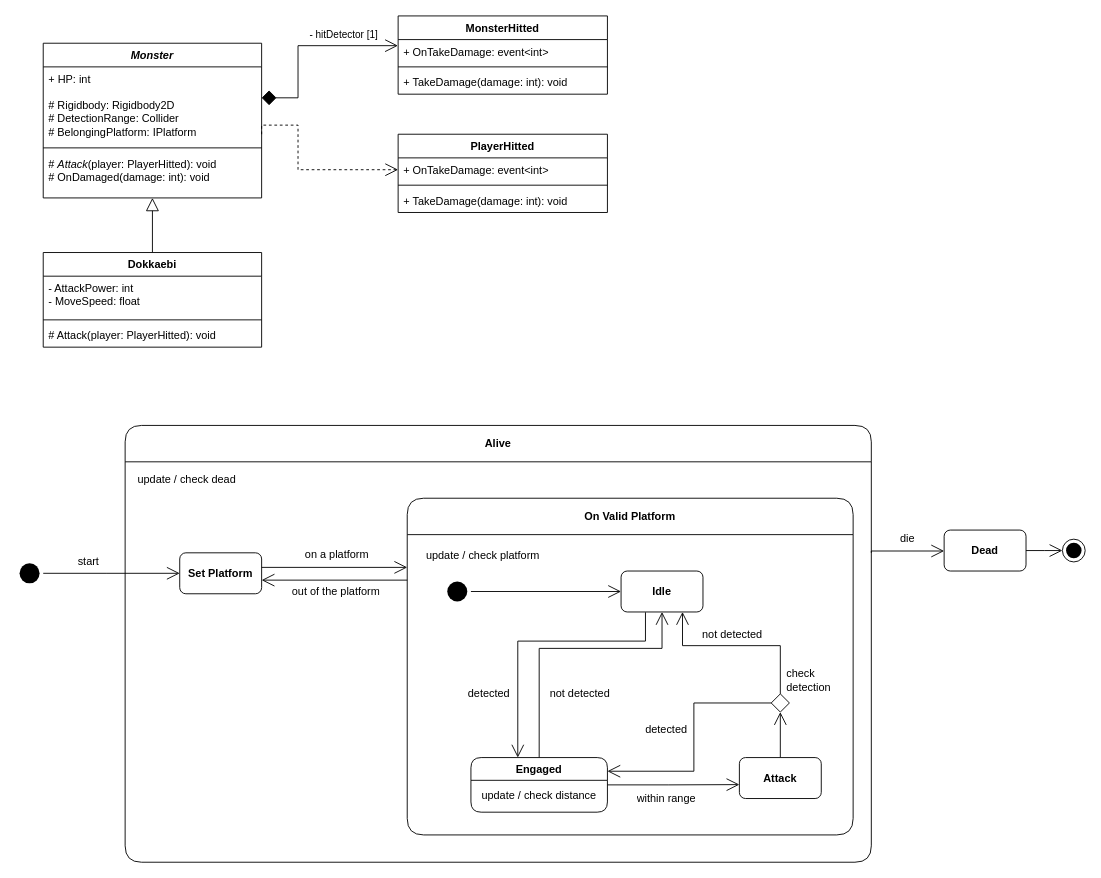
This is Assets/Scripts/Monster/Dokkaebi AI.drawio from clssl15-Org/ProjectH, a draw.io file, before an edit. Source tidied: cells renumbered, new cells numbered last; positions are measured from the earlier drawing's top-left corner, leaving out a move shared by most shapes. Both pictures are drawn from the tidied source at 91%, with x=0, y=0 at pixel (15, 15).
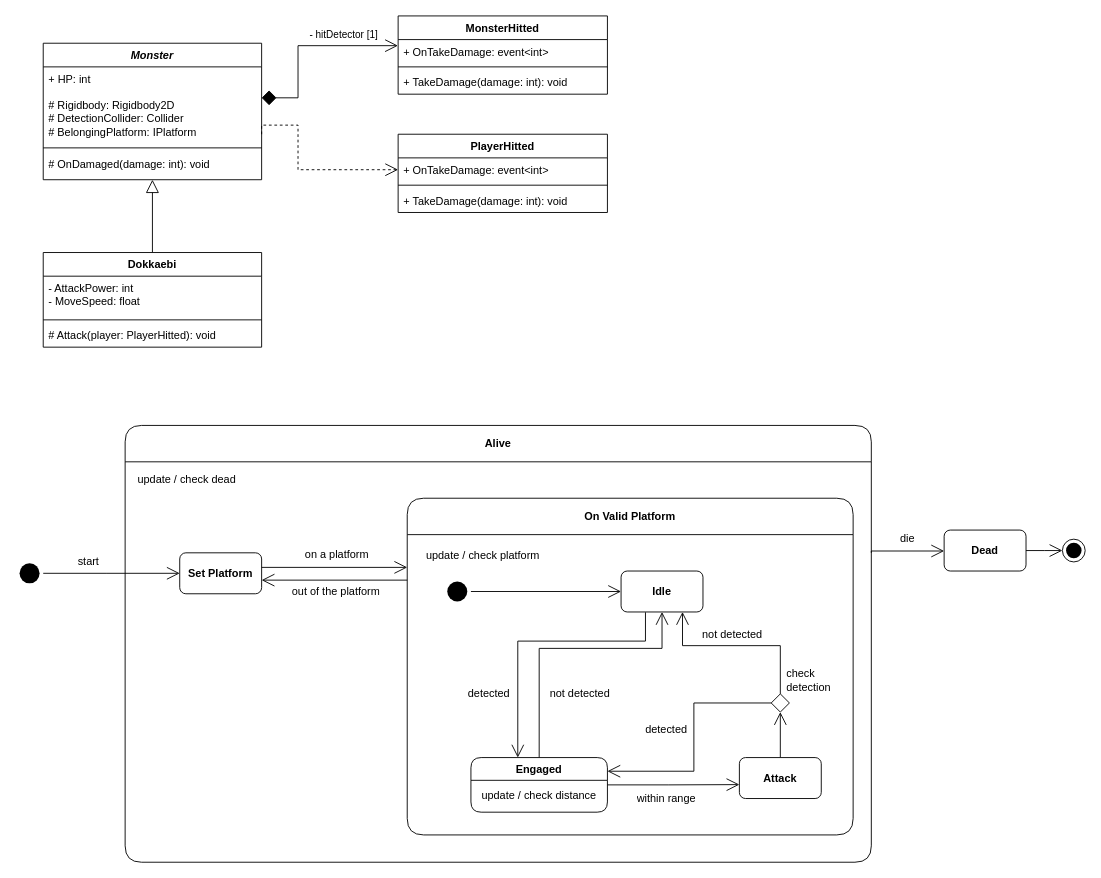
The same page after the edit.

Change to the diagram source:
```diff
@@
     <mxCell id="2" value="&lt;i&gt;Monster&lt;/i&gt;" style="swimlane;fontStyle=1;align=center;verticalAlign=top;horizontal=1;startSize=26;whiteSpace=wrap;html=1;" parent="1" vertex="1">
-      <mxGeometry x="30" y="30" width="240" height="170" as="geometry" />
+      <mxGeometry x="30" y="30" width="240" height="150" as="geometry" />
     </mxCell>
-    <mxCell id="3" value="&lt;div&gt;+ HP: int&lt;/div&gt;&lt;div&gt;&lt;br&gt;&lt;/div&gt;&lt;div&gt;&lt;div&gt;# Rigidbody: Rigidbody2D&lt;/div&gt;&lt;/div&gt;&lt;div&gt;# DetectionRange: Collider&lt;/div&gt;&lt;div&gt;# BelongingPlatform: IPlatform&lt;/div&gt;" style="text;strokeColor=none;fillColor=none;align=left;verticalAlign=top;spacingLeft=4;spacingRight=4;overflow=hidden;points=[[0,0.5],[1,0.5]];portConstraint=eastwest;whiteSpace=wrap;html=1;" parent="2" vertex="1">
+    <mxCell id="3" value="&lt;div&gt;+ HP: int&lt;/div&gt;&lt;div&gt;&lt;br&gt;&lt;/div&gt;&lt;div&gt;&lt;div&gt;# Rigidbody: Rigidbody2D&lt;/div&gt;&lt;/div&gt;&lt;div&gt;# DetectionCollider: Collider&lt;/div&gt;&lt;div&gt;# BelongingPlatform: IPlatform&lt;/div&gt;" style="text;strokeColor=none;fillColor=none;align=left;verticalAlign=top;spacingLeft=4;spacingRight=4;overflow=hidden;points=[[0,0.5],[1,0.5]];portConstraint=eastwest;whiteSpace=wrap;html=1;" parent="2" vertex="1">
       <mxGeometry y="26" width="240" height="84" as="geometry" />
     </mxCell>
@@
-    <mxCell id="5" value="# &lt;i&gt;Attack&lt;/i&gt;(player: PlayerHitted): void&lt;div&gt;# OnDamaged(damage: int): void&lt;/div&gt;" style="text;strokeColor=none;fillColor=none;align=left;verticalAlign=top;spacingLeft=4;spacingRight=4;overflow=hidden;whiteSpace=wrap;html=1;" parent="2" vertex="1">
-      <mxGeometry y="120" width="240" height="50" as="geometry" />
+    <mxCell id="5" value="&lt;div&gt;# OnDamaged(damage: int): void&lt;/div&gt;" style="text;strokeColor=none;fillColor=none;align=left;verticalAlign=top;spacingLeft=4;spacingRight=4;overflow=hidden;whiteSpace=wrap;html=1;" parent="2" vertex="1">
+      <mxGeometry y="120" width="240" height="30" as="geometry" />
     </mxCell>
```
